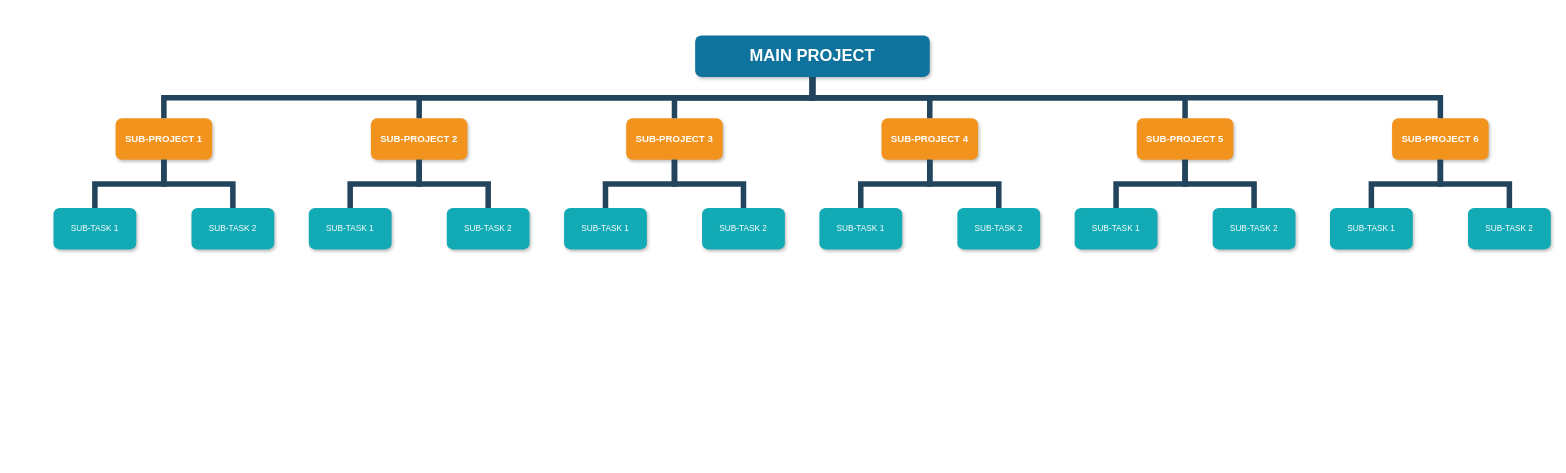
Above: JavaApplication2/WBS_Act.drawio in a7m-1st/UniJava (draw.io), before the change. Source tidied: cells renumbered, new cells numbered last; positions are measured from the earlier drawing's top-left corner, leaving out a move shared by most shapes. Both pictures are drawn from the tidied source at 69%, with x=0, y=0 at pixel (53, 35).
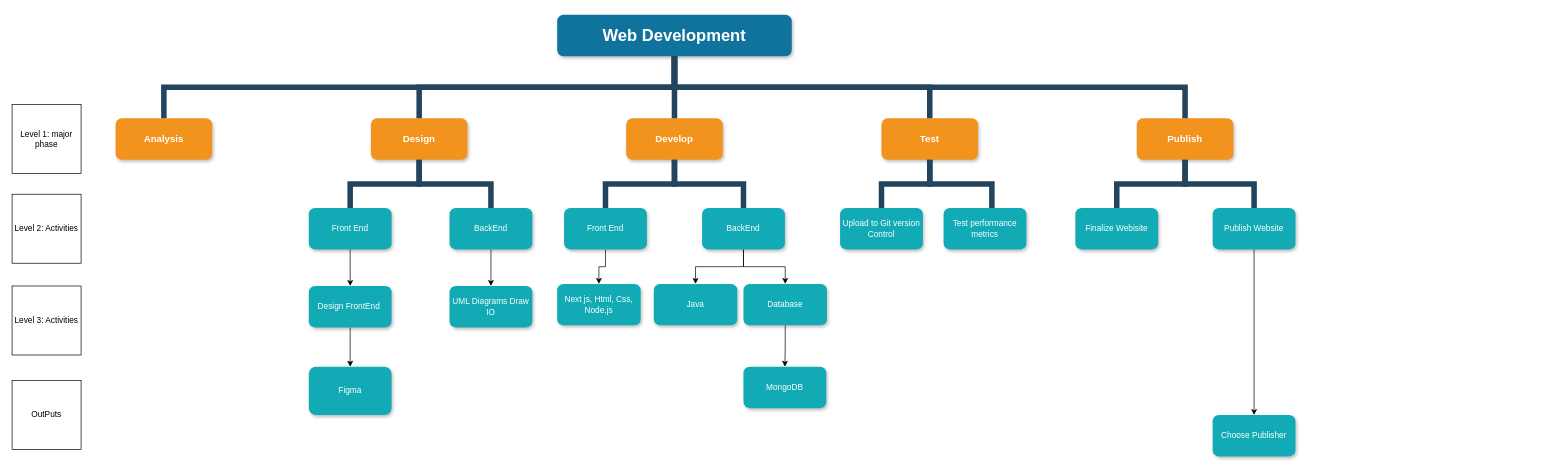
Above is the later version.

Change to the diagram source:
```diff
@@
+    <mxCell id="8" value="Publish" style="whiteSpace=wrap;rounded=1;fillColor=#F2931E;strokeColor=none;shadow=1;fontColor=#FFFFFF;fontStyle=1;fontSize=14;" parent="1" vertex="1">
+      <mxGeometry x="1570" y="120" width="140" height="60" as="geometry" />
+    </mxCell>
-    <mxCell id="2" value="MAIN PROJECT" style="whiteSpace=wrap;rounded=1;shadow=1;fillColor=#10739E;strokeColor=none;fontColor=#FFFFFF;fontStyle=1;fontSize=24;" parent="1" vertex="1">
-      <mxGeometry x="930" width="340" height="60" as="geometry" />
+    <mxCell id="2" value="Web Development" style="whiteSpace=wrap;rounded=1;shadow=1;fillColor=#10739E;strokeColor=none;fontColor=#FFFFFF;fontStyle=1;fontSize=24;" parent="1" vertex="1">
+      <mxGeometry x="730" y="-30" width="340" height="60" as="geometry" />
     </mxCell>
-    <mxCell id="3" value="SUB-PROJECT 1" style="whiteSpace=wrap;rounded=1;fillColor=#F2931E;strokeColor=none;shadow=1;fontColor=#FFFFFF;fontStyle=1;fontSize=14;" parent="1" vertex="1">
+    <mxCell id="3" value="Analysis" style="whiteSpace=wrap;rounded=1;fillColor=#F2931E;strokeColor=none;shadow=1;fontColor=#FFFFFF;fontStyle=1;fontSize=14;" parent="1" vertex="1">
       <mxGeometry x="90" y="120" width="140" height="60" as="geometry" />
     </mxCell>
-    <mxCell id="4" value="SUB-PROJECT 2" style="whiteSpace=wrap;rounded=1;fillColor=#F2931E;strokeColor=none;shadow=1;fontColor=#FFFFFF;fontStyle=1;fontSize=14;" parent="1" vertex="1">
+    <mxCell id="4" value="Design" style="whiteSpace=wrap;rounded=1;fillColor=#F2931E;strokeColor=none;shadow=1;fontColor=#FFFFFF;fontStyle=1;fontSize=14;" parent="1" vertex="1">
       <mxGeometry x="460" y="120" width="140" height="60" as="geometry" />
     </mxCell>
-    <mxCell id="5" value="SUB-PROJECT 6" style="whiteSpace=wrap;rounded=1;fillColor=#F2931E;strokeColor=none;shadow=1;fontColor=#FFFFFF;fontStyle=1;fontSize=14;" parent="1" vertex="1">
-      <mxGeometry x="1940" y="120" width="140" height="60" as="geometry" />
-    </mxCell>
-    <mxCell id="6" value="SUB-PROJECT 3" style="whiteSpace=wrap;rounded=1;fillColor=#F2931E;strokeColor=none;shadow=1;fontColor=#FFFFFF;fontStyle=1;fontSize=14;" parent="1" vertex="1">
+    <mxCell id="6" value="Develop" style="whiteSpace=wrap;rounded=1;fillColor=#F2931E;strokeColor=none;shadow=1;fontColor=#FFFFFF;fontStyle=1;fontSize=14;" parent="1" vertex="1">
       <mxGeometry x="830" y="120" width="140" height="60" as="geometry" />
     </mxCell>
-    <mxCell id="7" value="SUB-PROJECT 4" style="whiteSpace=wrap;rounded=1;fillColor=#F2931E;strokeColor=none;shadow=1;fontColor=#FFFFFF;fontStyle=1;fontSize=14;" parent="1" vertex="1">
+    <mxCell id="7" value="Test" style="whiteSpace=wrap;rounded=1;fillColor=#F2931E;strokeColor=none;shadow=1;fontColor=#FFFFFF;fontStyle=1;fontSize=14;" parent="1" vertex="1">
       <mxGeometry x="1200" y="120" width="140" height="60" as="geometry" />
     </mxCell>
-    <mxCell id="8" value="SUB-PROJECT 5" style="whiteSpace=wrap;rounded=1;fillColor=#F2931E;strokeColor=none;shadow=1;fontColor=#FFFFFF;fontStyle=1;fontSize=14;" parent="1" vertex="1">
-      <mxGeometry x="1570" y="120" width="140" height="60" as="geometry" />
-    </mxCell>
-    <mxCell id="9" value="SUB-TASK 1" style="whiteSpace=wrap;rounded=1;fillColor=#12AAB5;strokeColor=none;shadow=1;fontColor=#FFFFFF;" parent="1" vertex="1">
-      <mxGeometry y="250" width="120" height="60" as="geometry" />
-    </mxCell>
-    <mxCell id="10" value="SUB-TASK 2" style="whiteSpace=wrap;rounded=1;fillColor=#12AAB5;strokeColor=none;shadow=1;fontColor=#FFFFFF;" parent="1" vertex="1">
-      <mxGeometry x="200" y="250" width="120" height="60" as="geometry" />
-    </mxCell>
+    <mxCell id="39" style="edgeStyle=orthogonalEdgeStyle;rounded=0;jettySize=auto;html=1;" parent="1" edge="1" source="59" target="50">
+      <mxGeometry relative="1" as="geometry" />
+    </mxCell>
-    <mxCell id="11" value="SUB-TASK 1" style="whiteSpace=wrap;rounded=1;fillColor=#12AAB5;strokeColor=none;shadow=1;fontColor=#FFFFFF;" parent="1" vertex="1">
+    <mxCell id="11" value="Front End" style="whiteSpace=wrap;rounded=1;fillColor=#12AAB5;strokeColor=none;shadow=1;fontColor=#FFFFFF;" parent="1" vertex="1">
       <mxGeometry x="370" y="250" width="120" height="60" as="geometry" />
     </mxCell>
+    <mxCell id="40" style="edgeStyle=orthogonalEdgeStyle;rounded=0;jettySize=auto;html=1;" parent="1" edge="1" source="12" target="49">
+      <mxGeometry relative="1" as="geometry" />
+    </mxCell>
-    <mxCell id="12" value="SUB-TASK 2" style="whiteSpace=wrap;rounded=1;fillColor=#12AAB5;strokeColor=none;shadow=1;fontColor=#FFFFFF;" parent="1" vertex="1">
-      <mxGeometry x="570" y="250" width="120" height="60" as="geometry" />
+    <mxCell id="12" value="BackEnd" style="whiteSpace=wrap;rounded=1;fillColor=#12AAB5;strokeColor=none;shadow=1;fontColor=#FFFFFF;" parent="1" vertex="1">
+      <mxGeometry x="574" y="250" width="120" height="60" as="geometry" />
     </mxCell>
-    <mxCell id="13" style="edgeStyle=elbowEdgeStyle;elbow=vertical;rounded=0;fontColor=#000000;endArrow=none;endFill=0;strokeWidth=8;strokeColor=#23445D;" parent="1" edge="1" source="3" target="9">
-      <mxGeometry relative="1" as="geometry" />
-    </mxCell>
-    <mxCell id="14" style="edgeStyle=elbowEdgeStyle;elbow=vertical;rounded=0;fontColor=#000000;endArrow=none;endFill=0;strokeWidth=8;strokeColor=#23445D;" parent="1" edge="1" source="3" target="10">
-      <mxGeometry relative="1" as="geometry" />
-    </mxCell>
@@
+    <mxCell id="41" style="edgeStyle=orthogonalEdgeStyle;rounded=0;jettySize=auto;html=1;" parent="1" edge="1" source="17" target="48">
+      <mxGeometry relative="1" as="geometry" />
+    </mxCell>
-    <mxCell id="17" value="SUB-TASK 1" style="whiteSpace=wrap;rounded=1;fillColor=#12AAB5;strokeColor=none;shadow=1;fontColor=#FFFFFF;" parent="1" vertex="1">
+    <mxCell id="17" value="Front End" style="whiteSpace=wrap;rounded=1;fillColor=#12AAB5;strokeColor=none;shadow=1;fontColor=#FFFFFF;" parent="1" vertex="1">
       <mxGeometry x="740" y="250" width="120" height="60" as="geometry" />
     </mxCell>
+    <mxCell id="42" style="edgeStyle=orthogonalEdgeStyle;rounded=0;jettySize=auto;html=1;" parent="1" edge="1" source="18" target="47">
+      <mxGeometry relative="1" as="geometry" />
+    </mxCell>
+    <mxCell id="43" style="edgeStyle=orthogonalEdgeStyle;rounded=0;jettySize=auto;html=1;entryX=0.5;entryY=0;entryDx=0;entryDy=0;" parent="1" edge="1" source="18" target="46">
+      <mxGeometry relative="1" as="geometry" />
+    </mxCell>
-    <mxCell id="18" value="SUB-TASK 2" style="whiteSpace=wrap;rounded=1;fillColor=#12AAB5;strokeColor=none;shadow=1;fontColor=#FFFFFF;" parent="1" vertex="1">
+    <mxCell id="18" value="BackEnd" style="whiteSpace=wrap;rounded=1;fillColor=#12AAB5;strokeColor=none;shadow=1;fontColor=#FFFFFF;" parent="1" vertex="1">
       <mxGeometry x="940" y="250" width="120" height="60" as="geometry" />
     </mxCell>
-    <mxCell id="19" value="SUB-TASK 1" style="whiteSpace=wrap;rounded=1;fillColor=#12AAB5;strokeColor=none;shadow=1;fontColor=#FFFFFF;" parent="1" vertex="1">
-      <mxGeometry x="1110" y="250" width="120" height="60" as="geometry" />
+    <mxCell id="19" value="Upload to Git version Control" style="whiteSpace=wrap;rounded=1;fillColor=#12AAB5;strokeColor=none;shadow=1;fontColor=#FFFFFF;" parent="1" vertex="1">
+      <mxGeometry x="1140" y="250" width="120" height="60" as="geometry" />
     </mxCell>
-    <mxCell id="20" value="SUB-TASK 2" style="whiteSpace=wrap;rounded=1;fillColor=#12AAB5;strokeColor=none;shadow=1;fontColor=#FFFFFF;" parent="1" vertex="1">
-      <mxGeometry x="1310" y="250" width="120" height="60" as="geometry" />
-    </mxCell>
-    <mxCell id="21" value="SUB-TASK 1" style="whiteSpace=wrap;rounded=1;fillColor=#12AAB5;strokeColor=none;shadow=1;fontColor=#FFFFFF;" parent="1" vertex="1">
-      <mxGeometry x="1480" y="250" width="120" height="60" as="geometry" />
+    <mxCell id="21" value="Finalize Webisite" style="whiteSpace=wrap;rounded=1;fillColor=#12AAB5;strokeColor=none;shadow=1;fontColor=#FFFFFF;" parent="1" vertex="1">
+      <mxGeometry x="1481" y="250" width="120" height="60" as="geometry" />
     </mxCell>
+    <mxCell id="44" style="edgeStyle=orthogonalEdgeStyle;rounded=0;jettySize=auto;html=1;" parent="1" edge="1" source="22" target="52">
+      <mxGeometry relative="1" as="geometry" />
+    </mxCell>
-    <mxCell id="22" value="SUB-TASK 2" style="whiteSpace=wrap;rounded=1;fillColor=#12AAB5;strokeColor=none;shadow=1;fontColor=#FFFFFF;" parent="1" vertex="1">
+    <mxCell id="22" value="Publish Website" style="whiteSpace=wrap;rounded=1;fillColor=#12AAB5;strokeColor=none;shadow=1;fontColor=#FFFFFF;" parent="1" vertex="1">
       <mxGeometry x="1680" y="250" width="120" height="60" as="geometry" />
     </mxCell>
-    <mxCell id="23" value="SUB-TASK 1" style="whiteSpace=wrap;rounded=1;fillColor=#12AAB5;strokeColor=none;shadow=1;fontColor=#FFFFFF;" parent="1" vertex="1">
-      <mxGeometry x="1850" y="250" width="120" height="60" as="geometry" />
-    </mxCell>
-    <mxCell id="24" value="SUB-TASK 2" style="whiteSpace=wrap;rounded=1;fillColor=#12AAB5;strokeColor=none;shadow=1;fontColor=#FFFFFF;" parent="1" vertex="1">
-      <mxGeometry x="2050" y="250" width="120" height="60" as="geometry" />
-    </mxCell>
@@
-    <mxCell id="28" style="edgeStyle=elbowEdgeStyle;elbow=vertical;rounded=0;fontColor=#000000;endArrow=none;endFill=0;strokeWidth=8;strokeColor=#23445D;" parent="1" edge="1" source="7" target="20">
-      <mxGeometry relative="1" as="geometry" />
+    <mxCell id="28" style="edgeStyle=elbowEdgeStyle;elbow=vertical;rounded=0;fontColor=#000000;endArrow=none;endFill=0;strokeWidth=8;strokeColor=#23445D;" parent="1" edge="1" source="7">
+      <mxGeometry relative="1" as="geometry">
+        <mxPoint x="1360" y="250" as="targetPoint" />
+      </mxGeometry>
     </mxCell>
@@
-    <mxCell id="31" style="edgeStyle=elbowEdgeStyle;elbow=vertical;rounded=0;fontColor=#000000;endArrow=none;endFill=0;strokeWidth=8;strokeColor=#23445D;" parent="1" edge="1" source="5" target="23">
-      <mxGeometry relative="1" as="geometry" />
-    </mxCell>
-    <mxCell id="32" style="edgeStyle=elbowEdgeStyle;elbow=vertical;rounded=0;fontColor=#000000;endArrow=none;endFill=0;strokeWidth=8;strokeColor=#23445D;" parent="1" edge="1" source="5" target="24">
-      <mxGeometry relative="1" as="geometry" />
-    </mxCell>
@@
-    <mxCell id="38" style="edgeStyle=elbowEdgeStyle;elbow=vertical;rounded=0;fontColor=#000000;endArrow=none;endFill=0;strokeWidth=8;strokeColor=#23445D;" parent="1" edge="1" source="2" target="5">
-      <mxGeometry relative="1" as="geometry" />
-    </mxCell>
+    <mxCell id="45" style="edgeStyle=orthogonalEdgeStyle;rounded=0;jettySize=auto;html=1;" parent="1" edge="1" source="46" target="53">
+      <mxGeometry relative="1" as="geometry" />
+    </mxCell>
+    <mxCell id="46" value="Database" style="whiteSpace=wrap;rounded=1;fillColor=#12AAB5;strokeColor=none;shadow=1;fontColor=#FFFFFF;" parent="1" vertex="1">
+      <mxGeometry x="1000" y="360" width="121" height="60" as="geometry" />
+    </mxCell>
+    <mxCell id="47" value="Java" style="whiteSpace=wrap;rounded=1;fillColor=#12AAB5;strokeColor=none;shadow=1;fontColor=#FFFFFF;" parent="1" vertex="1">
+      <mxGeometry x="870" y="360" width="121" height="60" as="geometry" />
+    </mxCell>
+    <mxCell id="48" value="Next js, Html, Css, Node.js" style="whiteSpace=wrap;rounded=1;fillColor=#12AAB5;strokeColor=none;shadow=1;fontColor=#FFFFFF;" parent="1" vertex="1">
+      <mxGeometry x="730" y="360" width="121" height="60" as="geometry" />
+    </mxCell>
+    <mxCell id="49" value="UML Diagrams Draw IO" style="whiteSpace=wrap;rounded=1;fillColor=#12AAB5;strokeColor=none;shadow=1;fontColor=#FFFFFF;" parent="1" vertex="1">
+      <mxGeometry x="574" y="363" width="120" height="60" as="geometry" />
+    </mxCell>
+    <mxCell id="50" value="Figma" style="whiteSpace=wrap;rounded=1;fillColor=#12AAB5;strokeColor=none;shadow=1;fontColor=#FFFFFF;" parent="1" vertex="1">
+      <mxGeometry x="370" y="480" width="120" height="70" as="geometry" />
+    </mxCell>
+    <mxCell id="51" value="Test performance metrics" style="whiteSpace=wrap;rounded=1;fillColor=#12AAB5;strokeColor=none;shadow=1;fontColor=#FFFFFF;" parent="1" vertex="1">
+      <mxGeometry x="1290" y="250" width="120" height="60" as="geometry" />
+    </mxCell>
+    <mxCell id="52" value="Choose Publisher" style="whiteSpace=wrap;rounded=1;fillColor=#12AAB5;strokeColor=none;shadow=1;fontColor=#FFFFFF;" parent="1" vertex="1">
+      <mxGeometry x="1680" y="550" width="120" height="60" as="geometry" />
+    </mxCell>
+    <mxCell id="53" value="MongoDB" style="whiteSpace=wrap;rounded=1;fillColor=#12AAB5;strokeColor=none;shadow=1;fontColor=#FFFFFF;" parent="1" vertex="1">
+      <mxGeometry x="1000" y="480" width="120" height="60" as="geometry" />
+    </mxCell>
+    <mxCell id="54" value="Level 1: major phase" style="whiteSpace=wrap;html=1;shadow=0;" parent="1" vertex="1">
+      <mxGeometry x="-60" y="100" width="100" height="100" as="geometry" />
+    </mxCell>
+    <mxCell id="55" value="Level 2: Activities" style="whiteSpace=wrap;html=1;shadow=0;" parent="1" vertex="1">
+      <mxGeometry x="-60" y="230" width="100" height="100" as="geometry" />
+    </mxCell>
+    <mxCell id="56" value="Level 3: Activities" style="whiteSpace=wrap;html=1;shadow=0;" parent="1" vertex="1">
+      <mxGeometry x="-60" y="363" width="100" height="100" as="geometry" />
+    </mxCell>
+    <mxCell id="57" value="OutPuts" style="whiteSpace=wrap;html=1;shadow=0;" parent="1" vertex="1">
+      <mxGeometry x="-60" y="500" width="100" height="100" as="geometry" />
+    </mxCell>
+    <mxCell id="58" style="edgeStyle=orthogonalEdgeStyle;rounded=0;jettySize=auto;html=1;" parent="1" edge="1" source="11" target="59">
+      <mxGeometry relative="1" as="geometry" />
+    </mxCell>
+    <mxCell id="59" value="Design FrontEnd " style="whiteSpace=wrap;rounded=1;fillColor=#12AAB5;strokeColor=none;shadow=1;fontColor=#FFFFFF;" parent="1" vertex="1">
+      <mxGeometry x="370" y="363" width="120" height="60" as="geometry" />
+    </mxCell>
```
